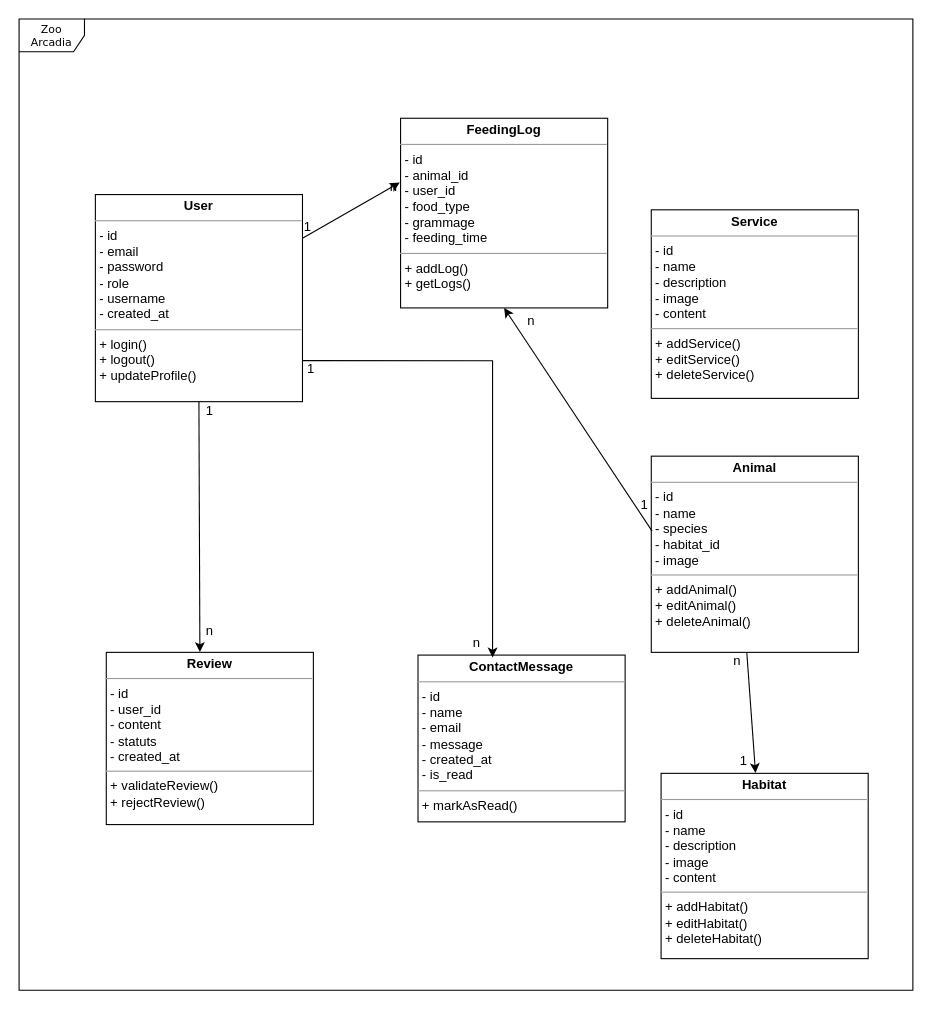
Samirolivier/ZooArcadia keeps this draw.io diagram as maquettes/Diagramme sans nom.drawio. Above is the earlier version. Source tidied: cells renumbered, new cells numbered last; positions are measured from the earlier drawing's top-left corner, leaving out a move shared by most shapes. Both pictures are drawn from the tidied source at 109%, with x=0, y=0 at pixel (19, 19).
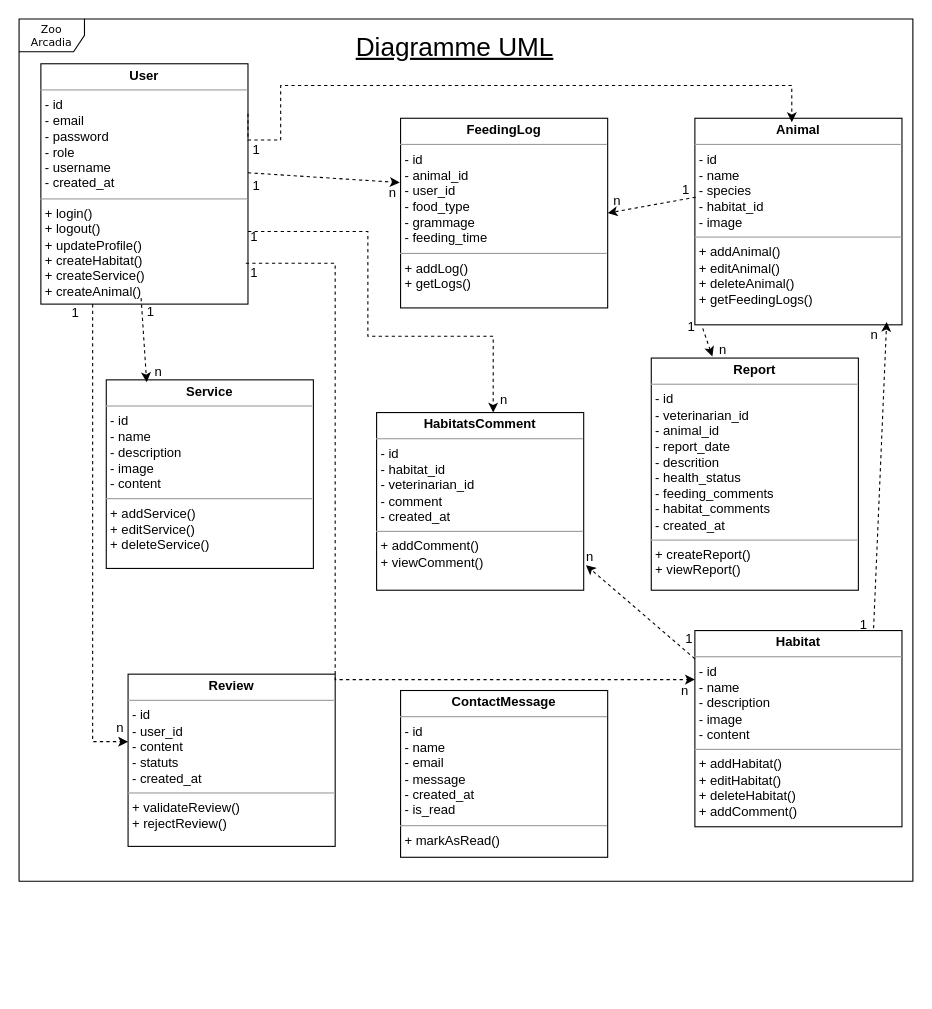
After the change.

Commit message:
Mettre à jour Diagramme sans nom.drawio

Unchanged cells that the change refers to:
```xml
<mxCell id="4" value="&lt;p style=&quot;margin:0px;margin-top:4px;text-align:center;&quot;&gt;&lt;b&gt;FeedingLog&lt;/b&gt;&lt;br&gt;&lt;/p&gt;&lt;hr size=&quot;1&quot;&gt;&lt;p style=&quot;margin:0px;margin-left:4px;&quot;&gt;- id&lt;br&gt;- animal_id&lt;/p&gt;&lt;p style=&quot;margin:0px;margin-left:4px;&quot;&gt;- user_id&lt;br&gt;&lt;/p&gt;&lt;p style=&quot;margin:0px;margin-left:4px;&quot;&gt;- food_type&lt;br&gt;&lt;/p&gt;&lt;p style=&quot;margin:0px;margin-left:4px;&quot;&gt;- grammage&lt;br&gt;&lt;/p&gt;&lt;p style=&quot;margin:0px;margin-left:4px;&quot;&gt;- feeding_time&lt;br&gt;&lt;/p&gt;&lt;hr size=&quot;1&quot;&gt;&lt;p style=&quot;margin:0px;margin-left:4px;&quot;&gt;+ addLog()&lt;br&gt;+ getLogs()&lt;/p&gt;" style="verticalAlign=top;align=left;overflow=fill;fontSize=12;fontFamily=Helvetica;html=1;rounded=0;shadow=0;comic=0;labelBackgroundColor=none;strokeWidth=1;" parent="1" vertex="1">
  <mxGeometry x="350" y="91" width="190" height="174" as="geometry" />
</mxCell>
```

What changed in the source:
```diff
@@
     <mxCell id="2" value="Zoo Arcadia" style="shape=umlFrame;whiteSpace=wrap;html=1;rounded=0;shadow=0;comic=0;labelBackgroundColor=none;strokeWidth=1;fontFamily=Verdana;fontSize=10;align=center;" parent="1" vertex="1">
-      <mxGeometry width="820" height="891" as="geometry" />
+      <mxGeometry width="820" height="791" as="geometry" />
     </mxCell>
     <mxCell id="3" value="&lt;p style=&quot;margin:0px;margin-top:4px;text-align:center;&quot;&gt;&lt;b&gt;ContactMessage&lt;/b&gt;&lt;br&gt;&lt;/p&gt;&lt;hr size=&quot;1&quot;&gt;&lt;p style=&quot;margin:0px;margin-left:4px;&quot;&gt;- id&lt;br&gt;- name&lt;br&gt;&lt;/p&gt;&lt;p style=&quot;margin:0px;margin-left:4px;&quot;&gt;- email&lt;br&gt;&lt;/p&gt;&lt;p style=&quot;margin:0px;margin-left:4px;&quot;&gt;- message&lt;br&gt;&lt;/p&gt;&lt;p style=&quot;margin:0px;margin-left:4px;&quot;&gt;- created_at&lt;/p&gt;&lt;p style=&quot;margin:0px;margin-left:4px;&quot;&gt;- is_read&lt;br&gt;&lt;/p&gt;&lt;hr size=&quot;1&quot;&gt;&lt;p style=&quot;margin:0px;margin-left:4px;&quot;&gt;+ markAsRead()&lt;br&gt;&lt;/p&gt;" style="verticalAlign=top;align=left;overflow=fill;fontSize=12;fontFamily=Helvetica;html=1;rounded=0;shadow=0;comic=0;labelBackgroundColor=none;strokeWidth=1;" parent="1" vertex="1">
-      <mxGeometry x="366" y="583.5" width="190" height="153" as="geometry" />
+      <mxGeometry x="350" y="616" width="190" height="153" as="geometry" />
     </mxCell>
@@
-    <mxCell id="5" style="edgeStyle=none;rounded=0;jettySize=auto;html=1;exitX=0.5;exitY=1;exitDx=0;exitDy=0;entryX=0.452;entryY=-0.002;entryDx=0;entryDy=0;entryPerimeter=0;" parent="1" edge="1" source="6" target="10">
-      <mxGeometry relative="1" as="geometry" />
-    </mxCell>
-    <mxCell id="6" value="&lt;p style=&quot;margin:0px;margin-top:4px;text-align:center;&quot;&gt;&lt;b&gt;User&lt;/b&gt;&lt;br&gt;&lt;/p&gt;&lt;hr size=&quot;1&quot;&gt;&lt;p style=&quot;margin:0px;margin-left:4px;&quot;&gt;- id&lt;br&gt;- email&lt;/p&gt;&lt;p style=&quot;margin:0px;margin-left:4px;&quot;&gt;- password&lt;/p&gt;&lt;p style=&quot;margin:0px;margin-left:4px;&quot;&gt;- role&lt;/p&gt;&lt;p style=&quot;margin:0px;margin-left:4px;&quot;&gt;- username&lt;/p&gt;&lt;p style=&quot;margin:0px;margin-left:4px;&quot;&gt;- created_at&lt;br&gt;&lt;/p&gt;&lt;hr size=&quot;1&quot;&gt;&lt;p style=&quot;margin:0px;margin-left:4px;&quot;&gt;+ login()&lt;br&gt;+ logout()&lt;/p&gt;&lt;p style=&quot;margin:0px;margin-left:4px;&quot;&gt;+ updateProfile()&lt;br&gt;&lt;/p&gt;" style="verticalAlign=top;align=left;overflow=fill;fontSize=12;fontFamily=Helvetica;html=1;rounded=0;shadow=0;comic=0;labelBackgroundColor=none;strokeWidth=1;" parent="1" vertex="1">
-      <mxGeometry x="70" y="161" width="190" height="190" as="geometry" />
+    <mxCell id="6" value="&lt;p style=&quot;margin:0px;margin-top:4px;text-align:center;&quot;&gt;&lt;b&gt;User&lt;/b&gt;&lt;br&gt;&lt;/p&gt;&lt;hr size=&quot;1&quot;&gt;&lt;p style=&quot;margin:0px;margin-left:4px;&quot;&gt;- id&lt;br&gt;- email&lt;/p&gt;&lt;p style=&quot;margin:0px;margin-left:4px;&quot;&gt;- password&lt;/p&gt;&lt;p style=&quot;margin:0px;margin-left:4px;&quot;&gt;- role&lt;/p&gt;&lt;p style=&quot;margin:0px;margin-left:4px;&quot;&gt;- username&lt;/p&gt;&lt;p style=&quot;margin:0px;margin-left:4px;&quot;&gt;- created_at&lt;br&gt;&lt;/p&gt;&lt;hr size=&quot;1&quot;&gt;&lt;p style=&quot;margin:0px;margin-left:4px;&quot;&gt;+ login()&lt;br&gt;+ logout()&lt;/p&gt;&lt;p style=&quot;margin:0px;margin-left:4px;&quot;&gt;+ updateProfile()&lt;/p&gt;&lt;p style=&quot;margin:0px;margin-left:4px;&quot;&gt; + createHabitat()&lt;/p&gt;&lt;p style=&quot;margin:0px;margin-left:4px;&quot;&gt;+ createService()&amp;nbsp;&lt;/p&gt;&lt;p style=&quot;margin:0px;margin-left:4px;&quot;&gt;+ createAnimal()&lt;/p&gt;&lt;p style=&quot;margin:0px;margin-left:4px;&quot;&gt;&lt;br&gt;&lt;/p&gt;" style="verticalAlign=top;align=left;overflow=fill;fontSize=12;fontFamily=Helvetica;html=1;rounded=0;shadow=0;comic=0;labelBackgroundColor=none;strokeWidth=1;" parent="1" vertex="1">
+      <mxGeometry x="20" y="41" width="190" height="220.5" as="geometry" />
     </mxCell>
-    <mxCell id="7" value="&lt;p style=&quot;margin:0px;margin-top:4px;text-align:center;&quot;&gt;&lt;b&gt;Animal&lt;/b&gt;&lt;br&gt;&lt;b&gt;&lt;/b&gt;&lt;/p&gt;&lt;hr size=&quot;1&quot;&gt;&lt;p style=&quot;margin:0px;margin-left:4px;&quot;&gt;- id&lt;br&gt;- name&lt;br&gt;&lt;/p&gt;&lt;p style=&quot;margin:0px;margin-left:4px;&quot;&gt;- species&lt;br&gt;&lt;/p&gt;&lt;p style=&quot;margin:0px;margin-left:4px;&quot;&gt;- habitat_id&lt;br&gt;&lt;/p&gt;&lt;p style=&quot;margin:0px;margin-left:4px;&quot;&gt;- image&lt;br&gt;&lt;/p&gt;&lt;hr size=&quot;1&quot;&gt;&lt;p style=&quot;margin:0px;margin-left:4px;&quot;&gt;+ addAnimal()&lt;br&gt;+ editAnimal()&lt;/p&gt;&lt;p style=&quot;margin:0px;margin-left:4px;&quot;&gt;+ deleteAnimal()&lt;br&gt;&lt;/p&gt;" style="verticalAlign=top;align=left;overflow=fill;fontSize=12;fontFamily=Helvetica;html=1;rounded=0;shadow=0;comic=0;labelBackgroundColor=none;strokeWidth=1;" parent="1" vertex="1">
-      <mxGeometry x="580" y="401" width="190" height="180" as="geometry" />
+    <mxCell id="7" value="&lt;p style=&quot;margin:0px;margin-top:4px;text-align:center;&quot;&gt;&lt;b&gt;Animal&lt;/b&gt;&lt;br&gt;&lt;b&gt;&lt;/b&gt;&lt;/p&gt;&lt;hr size=&quot;1&quot;&gt;&lt;p style=&quot;margin:0px;margin-left:4px;&quot;&gt;- id&lt;br&gt;- name&lt;br&gt;&lt;/p&gt;&lt;p style=&quot;margin:0px;margin-left:4px;&quot;&gt;- species&lt;br&gt;&lt;/p&gt;&lt;p style=&quot;margin:0px;margin-left:4px;&quot;&gt;- habitat_id&lt;br&gt;&lt;/p&gt;&lt;p style=&quot;margin:0px;margin-left:4px;&quot;&gt;- image&lt;br&gt;&lt;/p&gt;&lt;hr size=&quot;1&quot;&gt;&lt;p style=&quot;margin:0px;margin-left:4px;&quot;&gt;+ addAnimal()&lt;br&gt;+ editAnimal()&lt;/p&gt;&lt;p style=&quot;margin:0px;margin-left:4px;&quot;&gt;+ deleteAnimal()&lt;/p&gt;&lt;p style=&quot;margin:0px;margin-left:4px;&quot;&gt;    + getFeedingLogs()&lt;/p&gt;" style="verticalAlign=top;align=left;overflow=fill;fontSize=12;fontFamily=Helvetica;html=1;rounded=0;shadow=0;comic=0;labelBackgroundColor=none;strokeWidth=1;" parent="1" vertex="1">
+      <mxGeometry x="620" y="91" width="190" height="189.5" as="geometry" />
     </mxCell>
-    <mxCell id="8" value="&lt;p style=&quot;margin:0px;margin-top:4px;text-align:center;&quot;&gt;&lt;b&gt;Habitat&lt;/b&gt;&lt;br&gt;&lt;/p&gt;&lt;hr size=&quot;1&quot;&gt;&lt;p style=&quot;margin:0px;margin-left:4px;&quot;&gt;- id&lt;br&gt;- name&lt;br&gt;&lt;/p&gt;&lt;p style=&quot;margin:0px;margin-left:4px;&quot;&gt;- description&lt;br&gt;&lt;/p&gt;&lt;p style=&quot;margin:0px;margin-left:4px;&quot;&gt;- image&lt;br&gt;&lt;/p&gt;&lt;p style=&quot;margin:0px;margin-left:4px;&quot;&gt;- content&lt;br&gt;&lt;/p&gt;&lt;hr size=&quot;1&quot;&gt;&lt;p style=&quot;margin:0px;margin-left:4px;&quot;&gt;+ addHabitat()&lt;br&gt;+ editHabitat()&lt;/p&gt;&lt;p style=&quot;margin:0px;margin-left:4px;&quot;&gt;+ deleteHabitat()&lt;br&gt;&lt;/p&gt;" style="verticalAlign=top;align=left;overflow=fill;fontSize=12;fontFamily=Helvetica;html=1;rounded=0;shadow=0;comic=0;labelBackgroundColor=none;strokeWidth=1;" parent="1" vertex="1">
-      <mxGeometry x="589" y="692" width="190" height="170" as="geometry" />
+    <mxCell id="8" value="&lt;p style=&quot;margin:0px;margin-top:4px;text-align:center;&quot;&gt;&lt;b&gt;Habitat&lt;/b&gt;&lt;br&gt;&lt;/p&gt;&lt;hr size=&quot;1&quot;&gt;&lt;p style=&quot;margin:0px;margin-left:4px;&quot;&gt;- id&lt;br&gt;- name&lt;br&gt;&lt;/p&gt;&lt;p style=&quot;margin:0px;margin-left:4px;&quot;&gt;- description&lt;br&gt;&lt;/p&gt;&lt;p style=&quot;margin:0px;margin-left:4px;&quot;&gt;- image&lt;br&gt;&lt;/p&gt;&lt;p style=&quot;margin:0px;margin-left:4px;&quot;&gt;- content&lt;br&gt;&lt;/p&gt;&lt;hr size=&quot;1&quot;&gt;&lt;p style=&quot;margin:0px;margin-left:4px;&quot;&gt;+ addHabitat()&lt;br&gt;+ editHabitat()&lt;/p&gt;&lt;p style=&quot;margin:0px;margin-left:4px;&quot;&gt;+ deleteHabitat()&lt;/p&gt;&lt;p style=&quot;margin:0px;margin-left:4px;&quot;&gt; + addComment()&lt;/p&gt;" style="verticalAlign=top;align=left;overflow=fill;fontSize=12;fontFamily=Helvetica;html=1;rounded=0;shadow=0;comic=0;labelBackgroundColor=none;strokeWidth=1;" parent="1" vertex="1">
+      <mxGeometry x="620" y="561" width="190" height="180" as="geometry" />
     </mxCell>
     <mxCell id="9" value="&lt;p style=&quot;margin:0px;margin-top:4px;text-align:center;&quot;&gt;&lt;b&gt;Service&lt;/b&gt;&lt;br&gt;&lt;/p&gt;&lt;hr size=&quot;1&quot;&gt;&lt;p style=&quot;margin:0px;margin-left:4px;&quot;&gt;- id&lt;br&gt;- name&lt;br&gt;&lt;/p&gt;&lt;p style=&quot;margin:0px;margin-left:4px;&quot;&gt;- description&lt;br&gt;&lt;/p&gt;&lt;p style=&quot;margin:0px;margin-left:4px;&quot;&gt;- image&lt;br&gt;&lt;/p&gt;&lt;p style=&quot;margin:0px;margin-left:4px;&quot;&gt;- content&lt;br&gt;&lt;/p&gt;&lt;hr size=&quot;1&quot;&gt;&lt;p style=&quot;margin:0px;margin-left:4px;&quot;&gt;+ addService()&lt;br&gt;+ editService()&lt;/p&gt;&lt;p style=&quot;margin:0px;margin-left:4px;&quot;&gt;+ deleteService()&lt;br&gt;&lt;/p&gt;" style="verticalAlign=top;align=left;overflow=fill;fontSize=12;fontFamily=Helvetica;html=1;rounded=0;shadow=0;comic=0;labelBackgroundColor=none;strokeWidth=1;" parent="1" vertex="1">
-      <mxGeometry x="580" y="175" width="190" height="173" as="geometry" />
+      <mxGeometry x="80" y="331" width="190" height="173" as="geometry" />
     </mxCell>
     <mxCell id="10" value="&lt;p style=&quot;margin:0px;margin-top:4px;text-align:center;&quot;&gt;&lt;b&gt;Review&lt;/b&gt;&lt;br&gt;&lt;/p&gt;&lt;hr size=&quot;1&quot;&gt;&lt;p style=&quot;margin:0px;margin-left:4px;&quot;&gt;- id&lt;br&gt;- user_id&lt;br&gt;&lt;/p&gt;&lt;p style=&quot;margin:0px;margin-left:4px;&quot;&gt;- content&lt;br&gt;&lt;/p&gt;&lt;p style=&quot;margin:0px;margin-left:4px;&quot;&gt;- statuts&lt;br&gt;&lt;/p&gt;&lt;p style=&quot;margin:0px;margin-left:4px;&quot;&gt;- created_at&lt;br&gt;&lt;/p&gt;&lt;hr size=&quot;1&quot;&gt;&lt;p style=&quot;margin:0px;margin-left:4px;&quot;&gt;+ validateReview()&lt;br&gt;+ rejectReview()&lt;/p&gt;" style="verticalAlign=top;align=left;overflow=fill;fontSize=12;fontFamily=Helvetica;html=1;rounded=0;shadow=0;comic=0;labelBackgroundColor=none;strokeWidth=1;" parent="1" vertex="1">
-      <mxGeometry x="80" y="581" width="190" height="158" as="geometry" />
+      <mxGeometry x="100" y="601" width="190" height="158" as="geometry" />
     </mxCell>
     <mxCell id="11" value="1" style="text;html=1;align=center;verticalAlign=middle;whiteSpace=wrap;rounded=0;" parent="1" vertex="1">
-      <mxGeometry x="160" y="348" width="30" height="23" as="geometry" />
+      <mxGeometry x="37" y="258.5" width="30" height="23" as="geometry" />
     </mxCell>
     <mxCell id="12" value="n" style="text;html=1;align=center;verticalAlign=middle;whiteSpace=wrap;rounded=0;" parent="1" vertex="1">
-      <mxGeometry x="160" y="550" width="30" height="23" as="geometry" />
+      <mxGeometry x="78" y="639" width="30" height="23" as="geometry" />
     </mxCell>
-    <mxCell id="13" style="edgeStyle=none;rounded=0;jettySize=auto;html=1;exitX=0.461;exitY=0.998;exitDx=0;exitDy=0;entryX=0.456;entryY=-0.002;entryDx=0;entryDy=0;entryPerimeter=0;exitPerimeter=0;" parent="1" edge="1" source="7" target="8">
+    <mxCell id="13" style="edgeStyle=none;rounded=0;jettySize=auto;html=1;dashed=1;entryX=0.926;entryY=0.986;entryDx=0;entryDy=0;entryPerimeter=0;exitX=0.863;exitY=-0.012;exitDx=0;exitDy=0;exitPerimeter=0;" parent="1" edge="1" source="8" target="7">
       <mxGeometry relative="1" as="geometry" />
     </mxCell>
-    <mxCell id="14" value="n" style="text;html=1;align=center;verticalAlign=middle;whiteSpace=wrap;rounded=0;" parent="1" vertex="1">
-      <mxGeometry x="644" y="577" width="30" height="23" as="geometry" />
-    </mxCell>
     <mxCell id="15" value="1" style="text;html=1;align=center;verticalAlign=middle;whiteSpace=wrap;rounded=0;" parent="1" vertex="1">
-      <mxGeometry x="650" y="669" width="30" height="23" as="geometry" />
+      <mxGeometry x="760" y="544" width="30" height="23" as="geometry" />
     </mxCell>
-    <mxCell id="16" style="edgeStyle=none;rounded=0;jettySize=auto;html=1;entryX=0.5;entryY=1;entryDx=0;entryDy=0;exitX=0.004;exitY=0.382;exitDx=0;exitDy=0;exitPerimeter=0;" parent="1" edge="1" source="7" target="4">
+    <mxCell id="16" style="edgeStyle=none;rounded=0;jettySize=auto;html=1;entryX=1;entryY=0.5;entryDx=0;entryDy=0;exitX=0.004;exitY=0.382;exitDx=0;exitDy=0;exitPerimeter=0;dashed=1;" parent="1" edge="1" source="7" target="4">
       <mxGeometry relative="1" as="geometry" />
     </mxCell>
     <mxCell id="17" value="n" style="text;html=1;align=center;verticalAlign=middle;whiteSpace=wrap;rounded=0;" parent="1" vertex="1">
-      <mxGeometry x="455" y="265" width="30" height="23" as="geometry" />
+      <mxGeometry x="534" y="155" width="30" height="23" as="geometry" />
     </mxCell>
-    <mxCell id="18" value="1" style="text;html=1;align=center;verticalAlign=middle;whiteSpace=wrap;rounded=0;" parent="1" vertex="1">
-      <mxGeometry x="559" y="434" width="30" height="23" as="geometry" />
-    </mxCell>
-    <mxCell id="19" style="endArrow=classic;html=1;rounded=0;edgeStyle=orthogonalEdgeStyle;exitX=1;exitY=0.802;exitDx=0;exitDy=0;exitPerimeter=0;entryX=0.36;entryY=0.014;entryDx=0;entryDy=0;entryPerimeter=0;" parent="1" edge="1" source="6" target="3">
-      <mxGeometry relative="1" as="geometry" />
-    </mxCell>
-    <mxCell id="20" value="n" style="text;html=1;align=center;verticalAlign=middle;whiteSpace=wrap;rounded=0;" parent="1" vertex="1">
-      <mxGeometry x="405" y="561" width="30" height="23" as="geometry" />
-    </mxCell>
-    <mxCell id="21" value="1" style="text;html=1;align=center;verticalAlign=middle;whiteSpace=wrap;rounded=0;" parent="1" vertex="1">
-      <mxGeometry x="253" y="309" width="30" height="23" as="geometry" />
-    </mxCell>
-    <mxCell id="22" style="endArrow=classic;html=1;rounded=0;entryX=-0.004;entryY=0.339;entryDx=0;entryDy=0;entryPerimeter=0;" parent="1" edge="1" target="4">
+    <mxCell id="22" style="endArrow=classic;html=1;rounded=0;entryX=-0.004;entryY=0.339;entryDx=0;entryDy=0;entryPerimeter=0;dashed=1;" parent="1" edge="1" target="4">
       <mxGeometry relative="1" as="geometry">
-        <mxPoint x="260" y="201" as="sourcePoint" />
+        <mxPoint x="210" y="141" as="sourcePoint" />
       </mxGeometry>
     </mxCell>
     <mxCell id="23" value="1" style="text;html=1;align=center;verticalAlign=middle;whiteSpace=wrap;rounded=0;" parent="1" vertex="1">
-      <mxGeometry x="250" y="179" width="30" height="23" as="geometry" />
+      <mxGeometry x="203" y="141" width="30" height="23" as="geometry" />
     </mxCell>
     <mxCell id="24" value="n" style="text;html=1;align=center;verticalAlign=middle;whiteSpace=wrap;rounded=0;" parent="1" vertex="1">
-      <mxGeometry x="329" y="142" width="30" height="23" as="geometry" />
+      <mxGeometry x="328" y="148" width="30" height="23" as="geometry" />
     </mxCell>
+    <mxCell id="25" value="&lt;font style=&quot;font-size: 24px;&quot;&gt;&lt;u&gt;Diagramme UML&lt;/u&gt;&lt;/font&gt;" style="text;html=1;align=center;verticalAlign=middle;whiteSpace=wrap;rounded=0;" parent="1" vertex="1">
+      <mxGeometry x="290" y="11" width="220" height="30" as="geometry" />
+    </mxCell>
+    <mxCell id="26" style="edgeStyle=none;rounded=0;orthogonalLoop=1;jettySize=auto;html=1;exitX=0.5;exitY=1;exitDx=0;exitDy=0;" parent="1" edge="1" source="25" target="25">
+      <mxGeometry relative="1" as="geometry" />
+    </mxCell>
+    <mxCell id="27" value="1" style="text;html=1;align=center;verticalAlign=middle;whiteSpace=wrap;rounded=0;" parent="1" vertex="1">
+      <mxGeometry x="597" y="145" width="30" height="23" as="geometry" />
+    </mxCell>
+    <mxCell id="14" value="n" style="text;html=1;align=center;verticalAlign=middle;whiteSpace=wrap;rounded=0;" parent="1" vertex="1">
+      <mxGeometry x="770" y="278.5" width="30" height="23" as="geometry" />
+    </mxCell>
+    <mxCell id="28" value="&lt;p style=&quot;margin:0px;margin-top:4px;text-align:center;&quot;&gt;&lt;b&gt;Report&lt;/b&gt;&lt;br&gt;&lt;/p&gt;&lt;hr size=&quot;1&quot;&gt;&lt;p style=&quot;margin:0px;margin-left:4px;&quot;&gt;- id&lt;br&gt;- veterinarian_id&lt;br&gt;&lt;/p&gt;&lt;p style=&quot;margin:0px;margin-left:4px;&quot;&gt;- animal_id&lt;br&gt;&lt;/p&gt;&lt;p style=&quot;margin:0px;margin-left:4px;&quot;&gt;- report_date&lt;br&gt;&lt;/p&gt;&lt;p style=&quot;margin:0px;margin-left:4px;&quot;&gt;- descrition&lt;/p&gt;&lt;p style=&quot;margin:0px;margin-left:4px;&quot;&gt;- health_status&lt;/p&gt;&lt;p style=&quot;margin:0px;margin-left:4px;&quot;&gt;- feeding_comments&lt;/p&gt;&lt;p style=&quot;margin:0px;margin-left:4px;&quot;&gt;- habitat_comments&lt;/p&gt;&lt;p style=&quot;margin:0px;margin-left:4px;&quot;&gt;- created_at&lt;br&gt;&lt;/p&gt;&lt;hr size=&quot;1&quot;&gt;&lt;p style=&quot;margin:0px;margin-left:4px;&quot;&gt;+ createReport()&lt;br&gt;+ viewReport()&lt;/p&gt;" style="verticalAlign=top;align=left;overflow=fill;fontSize=12;fontFamily=Helvetica;html=1;rounded=0;shadow=0;comic=0;labelBackgroundColor=none;strokeWidth=1;" parent="1" vertex="1">
+      <mxGeometry x="580" y="311" width="190" height="213" as="geometry" />
+    </mxCell>
+    <mxCell id="29" value="&lt;p style=&quot;margin:0px;margin-top:4px;text-align:center;&quot;&gt;&lt;b&gt;HabitatsComment&lt;/b&gt;&lt;br&gt;&lt;/p&gt;&lt;hr size=&quot;1&quot;&gt;&lt;p style=&quot;margin:0px;margin-left:4px;&quot;&gt;- id&lt;br&gt;- habitat_id&lt;br&gt;&lt;/p&gt;&lt;p style=&quot;margin:0px;margin-left:4px;&quot;&gt;- veterinarian_id&lt;/p&gt;&lt;p style=&quot;margin:0px;margin-left:4px;&quot;&gt;- comment&lt;br&gt;&lt;/p&gt;&lt;p style=&quot;margin:0px;margin-left:4px;&quot;&gt;- created_at&lt;br&gt;&lt;/p&gt;&lt;hr size=&quot;1&quot;&gt;&lt;p style=&quot;margin:0px;margin-left:4px;&quot;&gt;+ addComment()&lt;br&gt;+ viewComment()&lt;/p&gt;" style="verticalAlign=top;align=left;overflow=fill;fontSize=12;fontFamily=Helvetica;html=1;rounded=0;shadow=0;comic=0;labelBackgroundColor=none;strokeWidth=1;" parent="1" vertex="1">
+      <mxGeometry x="328" y="361" width="190" height="163" as="geometry" />
+    </mxCell>
+    <mxCell id="30" style="edgeStyle=none;rounded=0;jettySize=auto;html=1;entryX=0.295;entryY=-0.007;entryDx=0;entryDy=0;exitX=0.038;exitY=1.017;exitDx=0;exitDy=0;exitPerimeter=0;dashed=1;entryPerimeter=0;" parent="1" edge="1" source="7" target="28">
+      <mxGeometry relative="1" as="geometry" />
+    </mxCell>
+    <mxCell id="31" value="n" style="text;html=1;align=center;verticalAlign=middle;whiteSpace=wrap;rounded=0;" parent="1" vertex="1">
+      <mxGeometry x="631" y="292.5" width="30" height="23" as="geometry" />
+    </mxCell>
+    <mxCell id="32" value="1" style="text;html=1;align=center;verticalAlign=middle;whiteSpace=wrap;rounded=0;" parent="1" vertex="1">
+      <mxGeometry x="602" y="271" width="30" height="23" as="geometry" />
+    </mxCell>
+    <mxCell id="33" style="endArrow=classic;html=1;rounded=0;edgeStyle=orthogonalEdgeStyle;exitX=1;exitY=0.208;exitDx=0;exitDy=0;exitPerimeter=0;entryX=0.468;entryY=0.019;entryDx=0;entryDy=0;entryPerimeter=0;dashed=1;" parent="1" edge="1" source="6" target="7">
+      <mxGeometry relative="1" as="geometry">
+        <Array as="points">
+          <mxPoint x="240" y="111" />
+          <mxPoint x="240" y="61" />
+          <mxPoint x="709" y="61" />
+        </Array>
+      </mxGeometry>
+    </mxCell>
+    <mxCell id="34" value="1" style="text;html=1;align=center;verticalAlign=middle;whiteSpace=wrap;rounded=0;" parent="1" vertex="1">
+      <mxGeometry x="203" y="108" width="30" height="23" as="geometry" />
+    </mxCell>
+    <mxCell id="35" style="endArrow=classic;html=1;rounded=0;entryX=0.195;entryY=0.012;entryDx=0;entryDy=0;exitX=0.484;exitY=0.975;exitDx=0;exitDy=0;exitPerimeter=0;entryPerimeter=0;dashed=1;" parent="1" edge="1" source="6" target="9">
+      <mxGeometry relative="1" as="geometry" />
+    </mxCell>
+    <mxCell id="36" value="1" style="text;html=1;align=center;verticalAlign=middle;whiteSpace=wrap;rounded=0;" parent="1" vertex="1">
+      <mxGeometry x="106" y="257.5" width="30" height="23" as="geometry" />
+    </mxCell>
+    <mxCell id="37" value="n" style="text;html=1;align=center;verticalAlign=middle;whiteSpace=wrap;rounded=0;" parent="1" vertex="1">
+      <mxGeometry x="113" y="312.5" width="30" height="23" as="geometry" />
+    </mxCell>
+    <mxCell id="38" style="endArrow=classic;html=1;rounded=0;edgeStyle=orthogonalEdgeStyle;entryX=0;entryY=0.25;entryDx=0;entryDy=0;dashed=1;" parent="1" edge="1" target="8">
+      <mxGeometry relative="1" as="geometry">
+        <mxPoint x="208" y="224" as="sourcePoint" />
+        <Array as="points">
+          <mxPoint x="290" y="224" />
+          <mxPoint x="290" y="606" />
+        </Array>
+      </mxGeometry>
+    </mxCell>
+    <mxCell id="39" value="1" style="text;html=1;align=center;verticalAlign=middle;whiteSpace=wrap;rounded=0;" parent="1" vertex="1">
+      <mxGeometry x="201" y="221" width="30" height="23" as="geometry" />
+    </mxCell>
+    <mxCell id="40" value="n" style="text;html=1;align=center;verticalAlign=middle;whiteSpace=wrap;rounded=0;" parent="1" vertex="1">
+      <mxGeometry x="596" y="605" width="30" height="23" as="geometry" />
+    </mxCell>
+    <mxCell id="41" style="endArrow=classic;html=1;rounded=0;exitX=0;exitY=0.144;exitDx=0;exitDy=0;exitPerimeter=0;entryX=1.011;entryY=0.859;entryDx=0;entryDy=0;entryPerimeter=0;dashed=1;" parent="1" edge="1" source="8" target="29">
+      <mxGeometry relative="1" as="geometry" />
+    </mxCell>
+    <mxCell id="42" value="1" style="text;html=1;align=center;verticalAlign=middle;whiteSpace=wrap;rounded=0;" parent="1" vertex="1">
+      <mxGeometry x="600" y="557" width="30" height="23" as="geometry" />
+    </mxCell>
+    <mxCell id="43" value="n" style="text;html=1;align=center;verticalAlign=middle;whiteSpace=wrap;rounded=0;" parent="1" vertex="1">
+      <mxGeometry x="509" y="482" width="30" height="23" as="geometry" />
+    </mxCell>
+    <mxCell id="44" style="endArrow=classic;html=1;rounded=0;edgeStyle=orthogonalEdgeStyle;exitX=1;exitY=0.698;exitDx=0;exitDy=0;exitPerimeter=0;entryX=0.563;entryY=0;entryDx=0;entryDy=0;entryPerimeter=0;dashed=1;" parent="1" edge="1" source="6" target="29">
+      <mxGeometry relative="1" as="geometry">
+        <Array as="points">
+          <mxPoint x="320" y="195" />
+          <mxPoint x="320" y="291" />
+          <mxPoint x="435" y="291" />
+        </Array>
+      </mxGeometry>
+    </mxCell>
+    <mxCell id="45" value="1" style="text;html=1;align=center;verticalAlign=middle;whiteSpace=wrap;rounded=0;" parent="1" vertex="1">
+      <mxGeometry x="201" y="188" width="30" height="23" as="geometry" />
+    </mxCell>
+    <mxCell id="46" value="n" style="text;html=1;align=center;verticalAlign=middle;whiteSpace=wrap;rounded=0;" parent="1" vertex="1">
+      <mxGeometry x="430" y="338" width="30" height="23" as="geometry" />
+    </mxCell>
+    <mxCell id="5" style="endArrow=classic;html=1;rounded=0;edgeStyle=orthogonalEdgeStyle;exitX=0.25;exitY=1;exitDx=0;exitDy=0;entryX=0;entryY=0.392;entryDx=0;entryDy=0;entryPerimeter=0;dashed=1;" parent="1" edge="1" source="6" target="10">
+      <mxGeometry relative="1" as="geometry" />
+    </mxCell>
```
